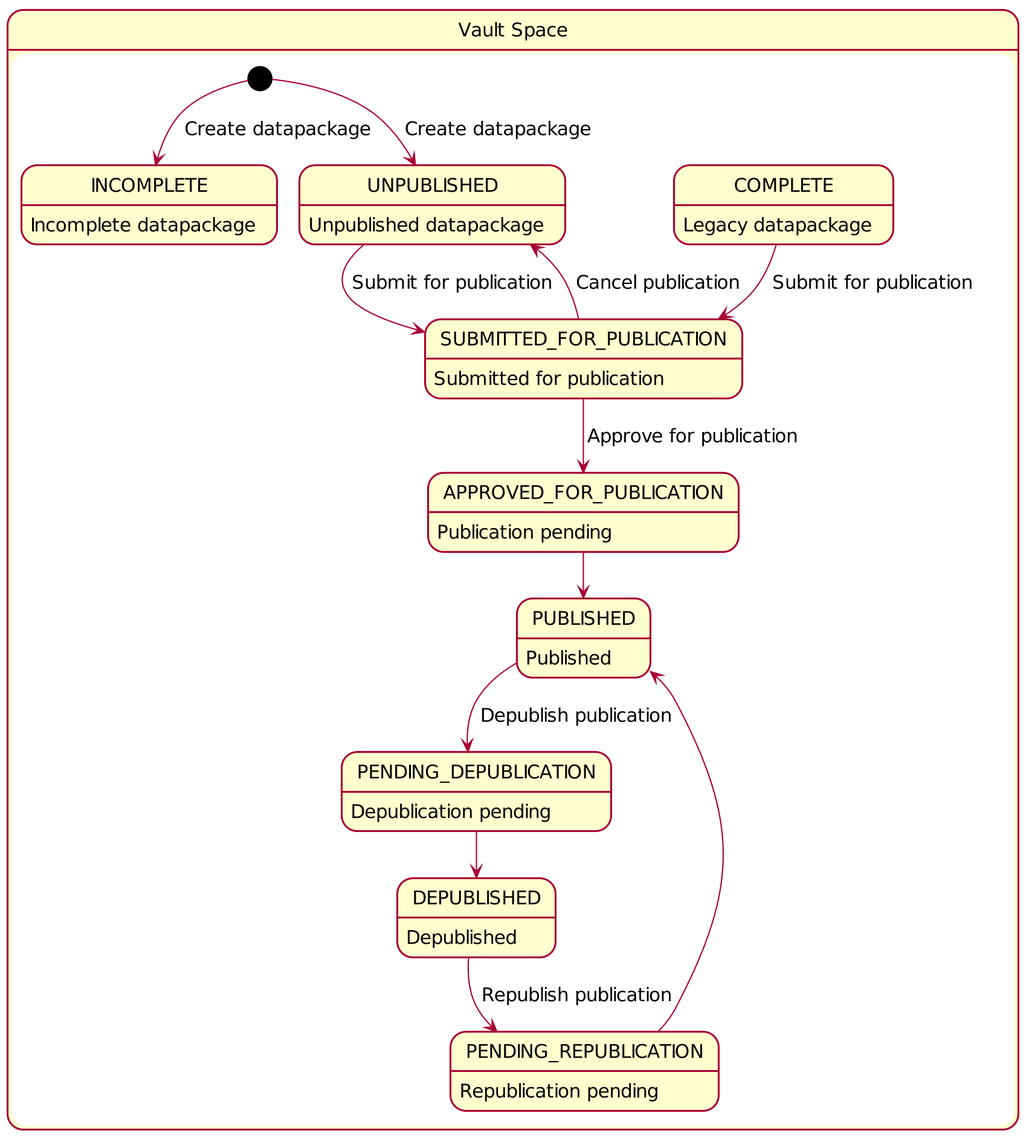
UtrechtUniversity/yoda keeps this PlantUML diagram as docs/design/overview/img/vault/vault-space-state-diagram.png. Above is the earlier version.
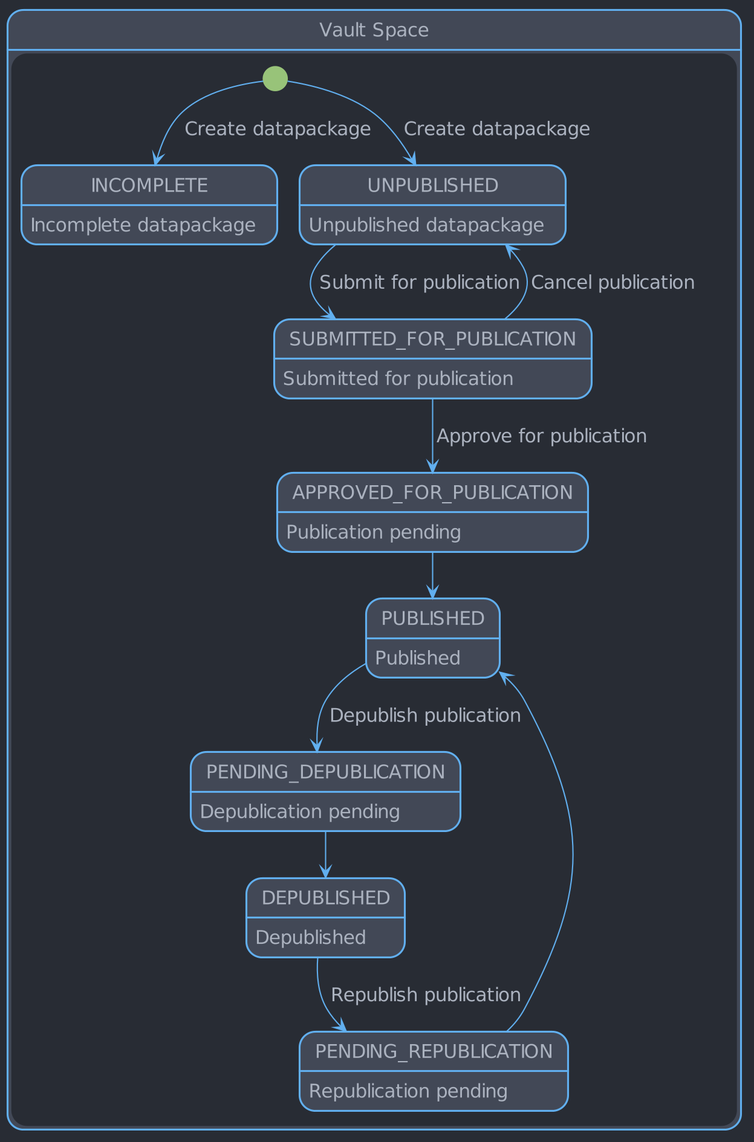
After the change.

What changed in the source:
```diff
@@ -1,14 +1,167 @@
 @startuml
 
-skinparam defaultFontName CMU Serif
-skinparam defaultFontSize 15
-skinparam padding 2
-skinparam shadowing false
-skinparam dpi 200
+
+
+
+
+skinparam backgroundColor #282c34
+
+skinparam {
+  ActivityBackgroundColor        #424856
+  ActivityBarColor               #abb2bf
+  ActivityBorderColor            #61afef
+
+  ActivityDiamondBackgroundColor #424856
+  ActivityDiamondBorderColor     #61afef
+
+  ActivityEndColor               #e06c75
+
+  ActivityStartColor             #98c379
+  ActivityStopColor              #e06c75
+
+  ActorBackgroundColor        #424856
+  ActorBorderColor            #61afef
+
+  ActorStereotypeFontColor    #abb2bf
+
+  AgentBackgroundColor       #424856
+  AgentBorderColor           #61afef
+
+  ArrowColor #61afef
+
+  ArtifactBackgroundColor     #424856
+  ArtifactBorderColor         #61afef
+
+  BackgroundColor #282c34
+
+  BoundaryBackgroundColor     #424856
+  BoundaryBorderColor         #61afef
+
+  CardBackgroundColor     #424856
+  CardBorderColor         #61afef
+
+  ClassBackgroundColor   #424856
+  ClassBorderColor       #abb2bf
+
+  CloudBackgroundColor        #424856
+  CloudBorderColor            #61afef
+
+  CollectionsBackgroundColor #424856
+  CollectionsBorderColor     #61afef
+
+  ComponentBackgroundColor       #424856
+  ComponentBorderColor           #61afef
+
+  ControlBackgroundColor #424856
+  ControlBorderColor     #61afef
+  ControlFontColor       #abb2bf
+
+  ControlStereotypeFontColor #abb2bf
+
+  DatabaseBackgroundColor       #424856
+  DatabaseBorderColor           #61afef
+
+  DefaultFontColor #abb2bf
+  DefaultFontSize 15
+
+  DefaultFontName CMU Serif
+
+  Dpi 200
+
+  EntityBackgroundColor #424856
+  EntityBorderColor     #61afef
+
+  FileBackgroundColor #424856
+  FileBorderColor     #61afef
+
+  FolderBackgroundColor #424856
+  FolderBorderColor     #61afef
+
+  FrameBackgroundColor       #424856
+  FrameBorderColor           #61afef
+
+  HexagonBackgroundColor #424856
+  HexagonBorderColor     #61afef
+
+  InterfaceBackgroundColor       #424856
+  InterfaceBorderColor           #61afef
+
+  LegendBackgroundColor   #424856
+  LegendBorderColor       #abb2bf
+
+  NodeBackgroundColor       #424856
+  NodeBorderColor           #61afef
+
+  NoteBackgroundColor   #e5c07b
+  NoteBorderColor       #282c34
+
+  NoteFontColor         #282c34
+
+  ObjectBackgroundColor       #424856
+  ObjectBorderColor           #61afef
+
+  PackageBackgroundColor       #282c34
+  PackageBorderColor           #61afef
+
+  Padding 2
+  ParticipantBackgroundColor #424856
+  ParticipantBorderColor     #61afef
+
+  PartitionBackgroundColor transparent
+  PartitionBorderColor     #abb2bf
+
+  PersonBackgroundColor #424856
+  PersonBorderColor     #61afef
+
+  QueueBackgroundColor       #424856
+  QueueBorderColor           #61afef
+
+  RectangleBackgroundColor       #424856
+  RectangleBorderColor           #61afef
+
+  SequenceBoxBackgroundColor #424856
+  SequenceBoxBorderColor     #61afef
+
+  SequenceDividerBackgroundColor   #424856
+  SequenceDividerBorderColor       #abb2bf
+
+  SequenceGroupBackgroundColor       #424856
+
+  SequenceGroupBorderColor           #abb2bf
+
+  SequenceLifeLineBackgroundColor   #282c34
+  SequenceLifeLineBorderColor       #61afef
+
+  SequenceNewpageSeparatorColor  #abb2bf
+
+  SequenceReferenceBackgroundColor        transparent
+  SequenceReferenceBorderColor            #abb2bf
+
+  SequenceReferenceHeaderBackgroundColor #424856
+
+  Shadowing false
+
+  StackBackgroundColor       #424856
+  StackBorderColor           #61afef
+
+  StateBackgroundColor    #424856
+  StateBorderColor        #61afef
+  StateEndColor           #e06c75
+
+  StateStartColor         #98c379
+
+  StorageBackgroundColor #424856
+  StorageBorderColor     #abb2bf
+
+  SwimlaneBorderColor            #abb2bf
+
+  UsecaseBackgroundColor       #424856
+  UsecaseBorderColor           #61afef
+}
+
 
 state VaultSpace as "Vault Space" {
   INCOMPLETE : Incomplete datapackage
-  COMPLETE : Legacy datapackage
   UNPUBLISHED : Unpublished datapackage
   SUBMITTED_FOR_PUBLICATION : Submitted for publication
   APPROVED_FOR_PUBLICATION : Publication pending
@@ -20,7 +173,6 @@
   [*] --> UNPUBLISHED : Create datapackage
   [*] --> INCOMPLETE : Create datapackage
   UNPUBLISHED --> SUBMITTED_FOR_PUBLICATION : Submit for publication
-  COMPLETE --> SUBMITTED_FOR_PUBLICATION : Submit for publication
   SUBMITTED_FOR_PUBLICATION --> APPROVED_FOR_PUBLICATION : Approve for publication
   SUBMITTED_FOR_PUBLICATION --> UNPUBLISHED : Cancel publication
   APPROVED_FOR_PUBLICATION --> PUBLISHED
```
